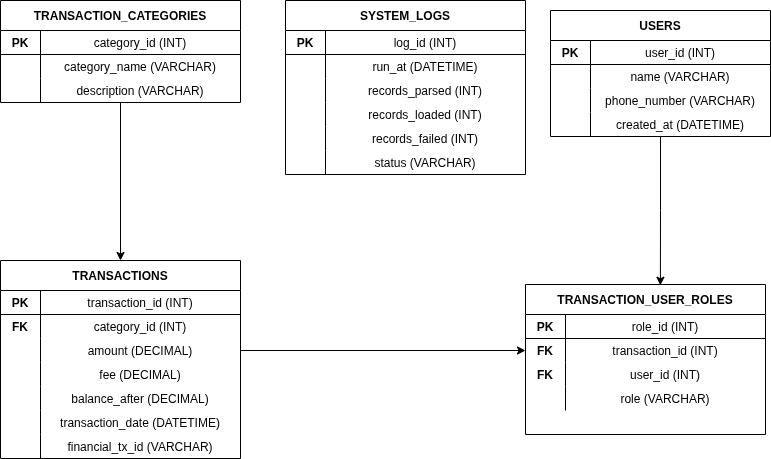
LorrisHIRA/momo-data-pipeline keeps this draw.io diagram as docs/erd_diagram.drawio.png. Above is the earlier version. Source tidied: cells renumbered, new cells last; positions are measured from the earlier drawing's top-left corner, leaving out a move shared by most shapes.
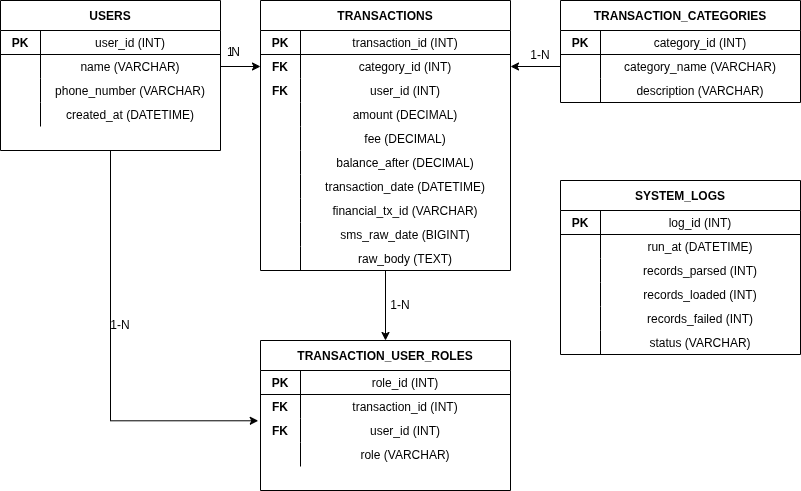
The same file after the commit.

Commit message:
ERD diagram corrected

The edit, as a diff of the source:
```diff
@@ -3,7 +3,7 @@
     <mxCell id="0" />
     <mxCell id="1" parent="0" />
     <mxCell id="2" value="USERS" style="shape=table;startSize=30;rowLines=0;fontStyle=1;align=center;" parent="1" vertex="1">
-      <mxGeometry x="550" y="10" width="220" height="126" as="geometry" />
+      <mxGeometry width="220" height="150" as="geometry" />
     </mxCell>
     <mxCell id="3" style="shape=tableRow;horizontal=0;startSize=0;swimlaneHead=0;swimlaneBody=0;fillColor=none;fontSize=12;top=0;left=0;right=0;bottom=1;" parent="2" vertex="1">
       <mxGeometry y="30" width="220" height="24" as="geometry" />
@@ -41,11 +41,8 @@
     <mxCell id="14" value="created_at (DATETIME)" style="shape=partialRectangle;fillColor=none;top=0;left=0;bottom=0;right=0;" parent="12" vertex="1">
       <mxGeometry x="40" width="180" height="24" as="geometry" />
     </mxCell>
-    <mxCell id="15" style="edgeStyle=orthogonalEdgeStyle;rounded=0;jettySize=auto;html=1;entryX=0.5;entryY=0;entryDx=0;entryDy=0;" parent="1" edge="1" source="16" target="26">
-      <mxGeometry relative="1" as="geometry" />
-    </mxCell>
     <mxCell id="16" value="TRANSACTION_CATEGORIES" style="shape=table;startSize=30;rowLines=0;fontStyle=1;align=center;" parent="1" vertex="1">
-      <mxGeometry width="240" height="102" as="geometry" />
+      <mxGeometry x="560" width="240" height="102" as="geometry" />
     </mxCell>
     <mxCell id="17" style="shape=tableRow;horizontal=0;startSize=0;swimlaneHead=0;swimlaneBody=0;fillColor=none;fontSize=12;top=0;left=0;right=0;bottom=1;" parent="16" vertex="1">
       <mxGeometry y="30" width="240" height="24" as="geometry" />
@@ -74,113 +71,143 @@
     <mxCell id="25" value="description (VARCHAR)" style="shape=partialRectangle;fillColor=none;top=0;left=0;bottom=0;right=0;" parent="23" vertex="1">
       <mxGeometry x="40" width="200" height="24" as="geometry" />
     </mxCell>
+    <mxCell id="82" style="edgeStyle=orthogonalEdgeStyle;rounded=0;jettySize=auto;html=1;entryX=0.5;entryY=0;entryDx=0;entryDy=0;" parent="1" edge="1" source="26" target="48">
+      <mxGeometry relative="1" as="geometry" />
+    </mxCell>
     <mxCell id="26" value="TRANSACTIONS" style="shape=table;startSize=30;rowLines=0;fontStyle=1;align=center;" parent="1" vertex="1">
-      <mxGeometry y="260" width="240" height="198" as="geometry" />
+      <mxGeometry x="260" width="250" height="270" as="geometry" />
     </mxCell>
     <mxCell id="27" style="shape=tableRow;horizontal=0;startSize=0;swimlaneHead=0;swimlaneBody=0;fillColor=none;fontSize=12;top=0;left=0;right=0;bottom=1;" parent="26" vertex="1">
-      <mxGeometry y="30" width="240" height="24" as="geometry" />
+      <mxGeometry y="30" width="250" height="24" as="geometry" />
     </mxCell>
     <mxCell id="28" value="PK" style="shape=partialRectangle;fillColor=none;top=0;left=0;bottom=0;right=0;fontStyle=1;" parent="27" vertex="1">
       <mxGeometry width="40" height="24" as="geometry" />
     </mxCell>
     <mxCell id="29" value="transaction_id (INT)" style="shape=partialRectangle;fillColor=none;top=0;left=0;bottom=0;right=0;" parent="27" vertex="1">
-      <mxGeometry x="40" width="200" height="24" as="geometry" />
+      <mxGeometry x="40" width="210" height="24" as="geometry" />
     </mxCell>
     <mxCell id="30" style="shape=tableRow;horizontal=0;startSize=0;swimlaneHead=0;swimlaneBody=0;fillColor=none;points=[[0,0.5],[1,0.5]];portConstraint=eastwest;fontSize=12;top=0;left=0;right=0;bottom=0;" parent="26" vertex="1">
-      <mxGeometry y="54" width="240" height="24" as="geometry" />
+      <mxGeometry y="54" width="250" height="24" as="geometry" />
     </mxCell>
     <mxCell id="31" value="FK" style="shape=partialRectangle;fillColor=none;top=0;left=0;bottom=0;right=0;fontStyle=1;" parent="30" vertex="1">
       <mxGeometry width="40" height="24" as="geometry" />
     </mxCell>
     <mxCell id="32" value="category_id (INT)" style="shape=partialRectangle;fillColor=none;top=0;left=0;bottom=0;right=0;" parent="30" vertex="1">
-      <mxGeometry x="40" width="200" height="24" as="geometry" />
+      <mxGeometry x="40" width="210" height="24" as="geometry" />
     </mxCell>
+    <mxCell id="83" style="shape=tableRow;horizontal=0;startSize=0;swimlaneHead=0;swimlaneBody=0;fillColor=none;fontSize=12;top=0;left=0;right=0;bottom=0;" parent="26" vertex="1">
+      <mxGeometry y="78" width="250" height="24" as="geometry" />
+    </mxCell>
+    <mxCell id="84" value="FK" style="shape=partialRectangle;fillColor=none;top=0;left=0;bottom=0;right=0;fontStyle=1;" parent="83" vertex="1">
+      <mxGeometry width="40" height="24" as="geometry" />
+    </mxCell>
+    <mxCell id="85" value="user_id (INT)" style="shape=partialRectangle;fillColor=none;top=0;left=0;bottom=0;right=0;" parent="83" vertex="1">
+      <mxGeometry x="40" width="210" height="24" as="geometry" />
+    </mxCell>
     <mxCell id="33" style="shape=tableRow;horizontal=0;startSize=0;swimlaneHead=0;swimlaneBody=0;fillColor=none;points=[[0,0.5],[1,0.5]];portConstraint=eastwest;fontSize=12;top=0;left=0;right=0;bottom=0;" parent="26" vertex="1">
-      <mxGeometry y="78" width="240" height="24" as="geometry" />
+      <mxGeometry y="102" width="250" height="24" as="geometry" />
     </mxCell>
     <mxCell id="34" style="shape=partialRectangle;fillColor=none;top=0;left=0;bottom=0;right=0;" parent="33" vertex="1">
       <mxGeometry width="40" height="24" as="geometry" />
     </mxCell>
     <mxCell id="35" value="amount (DECIMAL)" style="shape=partialRectangle;fillColor=none;top=0;left=0;bottom=0;right=0;" parent="33" vertex="1">
-      <mxGeometry x="40" width="200" height="24" as="geometry" />
+      <mxGeometry x="40" width="210" height="24" as="geometry" />
     </mxCell>
     <mxCell id="36" style="shape=tableRow;horizontal=0;startSize=0;swimlaneHead=0;swimlaneBody=0;fillColor=none;fontSize=12;top=0;left=0;right=0;bottom=0;" parent="26" vertex="1">
-      <mxGeometry y="102" width="240" height="24" as="geometry" />
+      <mxGeometry y="126" width="250" height="24" as="geometry" />
     </mxCell>
     <mxCell id="37" style="shape=partialRectangle;fillColor=none;top=0;left=0;bottom=0;right=0;" parent="36" vertex="1">
       <mxGeometry width="40" height="24" as="geometry" />
     </mxCell>
     <mxCell id="38" value="fee (DECIMAL)" style="shape=partialRectangle;fillColor=none;top=0;left=0;bottom=0;right=0;" parent="36" vertex="1">
-      <mxGeometry x="40" width="200" height="24" as="geometry" />
+      <mxGeometry x="40" width="210" height="24" as="geometry" />
     </mxCell>
     <mxCell id="39" style="shape=tableRow;horizontal=0;startSize=0;swimlaneHead=0;swimlaneBody=0;fillColor=none;fontSize=12;top=0;left=0;right=0;bottom=0;" parent="26" vertex="1">
-      <mxGeometry y="126" width="240" height="24" as="geometry" />
+      <mxGeometry y="150" width="250" height="24" as="geometry" />
     </mxCell>
     <mxCell id="40" style="shape=partialRectangle;fillColor=none;top=0;left=0;bottom=0;right=0;" parent="39" vertex="1">
       <mxGeometry width="40" height="24" as="geometry" />
     </mxCell>
     <mxCell id="41" value="balance_after (DECIMAL)" style="shape=partialRectangle;fillColor=none;top=0;left=0;bottom=0;right=0;" parent="39" vertex="1">
-      <mxGeometry x="40" width="200" height="24" as="geometry" />
+      <mxGeometry x="40" width="210" height="24" as="geometry" />
     </mxCell>
     <mxCell id="42" style="shape=tableRow;horizontal=0;startSize=0;swimlaneHead=0;swimlaneBody=0;fillColor=none;fontSize=12;top=0;left=0;right=0;bottom=0;" parent="26" vertex="1">
-      <mxGeometry y="150" width="240" height="24" as="geometry" />
+      <mxGeometry y="174" width="250" height="24" as="geometry" />
     </mxCell>
     <mxCell id="43" style="shape=partialRectangle;fillColor=none;top=0;left=0;bottom=0;right=0;" parent="42" vertex="1">
       <mxGeometry width="40" height="24" as="geometry" />
     </mxCell>
     <mxCell id="44" value="transaction_date (DATETIME)" style="shape=partialRectangle;fillColor=none;top=0;left=0;bottom=0;right=0;" parent="42" vertex="1">
-      <mxGeometry x="40" width="200" height="24" as="geometry" />
+      <mxGeometry x="40" width="210" height="24" as="geometry" />
     </mxCell>
     <mxCell id="45" style="shape=tableRow;horizontal=0;startSize=0;swimlaneHead=0;swimlaneBody=0;fillColor=none;fontSize=12;top=0;left=0;right=0;bottom=0;" parent="26" vertex="1">
-      <mxGeometry y="174" width="240" height="24" as="geometry" />
+      <mxGeometry y="198" width="250" height="24" as="geometry" />
     </mxCell>
     <mxCell id="46" style="shape=partialRectangle;fillColor=none;top=0;left=0;bottom=0;right=0;" parent="45" vertex="1">
       <mxGeometry width="40" height="24" as="geometry" />
     </mxCell>
     <mxCell id="47" value="financial_tx_id (VARCHAR)" style="shape=partialRectangle;fillColor=none;top=0;left=0;bottom=0;right=0;" parent="45" vertex="1">
-      <mxGeometry x="40" width="200" height="24" as="geometry" />
+      <mxGeometry x="40" width="210" height="24" as="geometry" />
     </mxCell>
+    <mxCell id="86" style="shape=tableRow;horizontal=0;startSize=0;swimlaneHead=0;swimlaneBody=0;fillColor=none;fontSize=12;top=0;left=0;right=0;bottom=0;" parent="26" vertex="1">
+      <mxGeometry y="222" width="250" height="24" as="geometry" />
+    </mxCell>
+    <mxCell id="87" style="shape=partialRectangle;fillColor=none;top=0;left=0;bottom=0;right=0;" parent="86" vertex="1">
+      <mxGeometry width="40" height="24" as="geometry" />
+    </mxCell>
+    <mxCell id="88" value="sms_raw_date (BIGINT)" style="shape=partialRectangle;fillColor=none;top=0;left=0;bottom=0;right=0;" parent="86" vertex="1">
+      <mxGeometry x="40" width="210" height="24" as="geometry" />
+    </mxCell>
+    <mxCell id="89" style="shape=tableRow;horizontal=0;startSize=0;swimlaneHead=0;swimlaneBody=0;fillColor=none;fontSize=12;top=0;left=0;right=0;bottom=0;" parent="26" vertex="1">
+      <mxGeometry y="246" width="250" height="24" as="geometry" />
+    </mxCell>
+    <mxCell id="90" style="shape=partialRectangle;fillColor=none;top=0;left=0;bottom=0;right=0;" parent="89" vertex="1">
+      <mxGeometry width="40" height="24" as="geometry" />
+    </mxCell>
+    <mxCell id="91" value="raw_body (TEXT)" style="shape=partialRectangle;fillColor=none;top=0;left=0;bottom=0;right=0;" parent="89" vertex="1">
+      <mxGeometry x="40" width="210" height="24" as="geometry" />
+    </mxCell>
     <mxCell id="48" value="TRANSACTION_USER_ROLES" style="shape=table;startSize=30;rowLines=0;fontStyle=1;align=center;" parent="1" vertex="1">
-      <mxGeometry x="525" y="284" width="240" height="150" as="geometry" />
+      <mxGeometry x="260" y="340" width="250" height="150" as="geometry" />
     </mxCell>
     <mxCell id="49" style="shape=tableRow;horizontal=0;startSize=0;swimlaneHead=0;swimlaneBody=0;fillColor=none;fontSize=12;top=0;left=0;right=0;bottom=1;" parent="48" vertex="1">
-      <mxGeometry y="30" width="240" height="24" as="geometry" />
+      <mxGeometry y="30" width="250" height="24" as="geometry" />
     </mxCell>
     <mxCell id="50" value="PK" style="shape=partialRectangle;fillColor=none;top=0;left=0;bottom=0;right=0;fontStyle=1;" parent="49" vertex="1">
       <mxGeometry width="40" height="24" as="geometry" />
     </mxCell>
     <mxCell id="51" value="role_id (INT)" style="shape=partialRectangle;fillColor=none;top=0;left=0;bottom=0;right=0;" parent="49" vertex="1">
-      <mxGeometry x="40" width="200" height="24" as="geometry" />
+      <mxGeometry x="40" width="210" height="24" as="geometry" />
     </mxCell>
     <mxCell id="52" style="shape=tableRow;horizontal=0;startSize=0;swimlaneHead=0;swimlaneBody=0;fillColor=none;points=[[0,0.5],[1,0.5]];portConstraint=eastwest;fontSize=12;top=0;left=0;right=0;bottom=0;" parent="48" vertex="1">
-      <mxGeometry y="54" width="240" height="24" as="geometry" />
+      <mxGeometry y="54" width="250" height="24" as="geometry" />
     </mxCell>
     <mxCell id="53" value="FK" style="shape=partialRectangle;fillColor=none;top=0;left=0;bottom=0;right=0;fontStyle=1;" parent="52" vertex="1">
       <mxGeometry width="40" height="24" as="geometry" />
     </mxCell>
     <mxCell id="54" value="transaction_id (INT)" style="shape=partialRectangle;fillColor=none;top=0;left=0;bottom=0;right=0;" parent="52" vertex="1">
-      <mxGeometry x="40" width="200" height="24" as="geometry" />
+      <mxGeometry x="40" width="210" height="24" as="geometry" />
     </mxCell>
     <mxCell id="55" style="shape=tableRow;horizontal=0;startSize=0;swimlaneHead=0;swimlaneBody=0;fillColor=none;points=[[0,0.5],[1,0.5]];portConstraint=eastwest;fontSize=12;top=0;left=0;right=0;bottom=0;" parent="48" vertex="1">
-      <mxGeometry y="78" width="240" height="24" as="geometry" />
+      <mxGeometry y="78" width="250" height="24" as="geometry" />
     </mxCell>
     <mxCell id="56" value="FK" style="shape=partialRectangle;fillColor=none;top=0;left=0;bottom=0;right=0;fontStyle=1;" parent="55" vertex="1">
       <mxGeometry width="40" height="24" as="geometry" />
     </mxCell>
     <mxCell id="57" value="user_id (INT)" style="shape=partialRectangle;fillColor=none;top=0;left=0;bottom=0;right=0;" parent="55" vertex="1">
-      <mxGeometry x="40" width="200" height="24" as="geometry" />
+      <mxGeometry x="40" width="210" height="24" as="geometry" />
     </mxCell>
     <mxCell id="58" style="shape=tableRow;horizontal=0;startSize=0;swimlaneHead=0;swimlaneBody=0;fillColor=none;fontSize=12;top=0;left=0;right=0;bottom=0;" parent="48" vertex="1">
-      <mxGeometry y="102" width="240" height="24" as="geometry" />
+      <mxGeometry y="102" width="250" height="24" as="geometry" />
     </mxCell>
     <mxCell id="59" style="shape=partialRectangle;fillColor=none;top=0;left=0;bottom=0;right=0;" parent="58" vertex="1">
       <mxGeometry width="40" height="24" as="geometry" />
     </mxCell>
     <mxCell id="60" value="role (VARCHAR)" style="shape=partialRectangle;fillColor=none;top=0;left=0;bottom=0;right=0;" parent="58" vertex="1">
-      <mxGeometry x="40" width="200" height="24" as="geometry" />
+      <mxGeometry x="40" width="210" height="24" as="geometry" />
     </mxCell>
     <mxCell id="61" value="SYSTEM_LOGS" style="shape=table;startSize=30;rowLines=0;fontStyle=1;align=center;" parent="1" vertex="1">
-      <mxGeometry x="285" width="240" height="174" as="geometry" />
+      <mxGeometry x="560" y="180" width="240" height="174" as="geometry" />
     </mxCell>
     <mxCell id="62" style="shape=tableRow;horizontal=0;startSize=0;swimlaneHead=0;swimlaneBody=0;fillColor=none;fontSize=12;top=0;left=0;right=0;bottom=1;" parent="61" vertex="1">
       <mxGeometry y="30" width="240" height="24" as="geometry" />
@@ -236,11 +263,29 @@
     <mxCell id="79" value="status (VARCHAR)" style="shape=partialRectangle;fillColor=none;top=0;left=0;bottom=0;right=0;" parent="77" vertex="1">
       <mxGeometry x="40" width="200" height="24" as="geometry" />
     </mxCell>
-    <mxCell id="80" style="edgeStyle=orthogonalEdgeStyle;rounded=0;jettySize=auto;html=1;entryX=0;entryY=0.5;entryDx=0;entryDy=0;" parent="1" edge="1" source="33" target="52">
-      <mxGeometry relative="1" as="geometry" />
-    </mxCell>
-    <mxCell id="81" style="edgeStyle=orthogonalEdgeStyle;rounded=0;jettySize=auto;html=1;entryX=0.562;entryY=0.005;entryDx=0;entryDy=0;entryPerimeter=0;" parent="1" edge="1" source="2" target="48">
-      <mxGeometry relative="1" as="geometry" />
-    </mxCell>
+    <mxCell id="92" value="1" style="html=1;align=left;verticalAlign=bottom;labelBackgroundColor=none;fontSize=12;" parent="1" vertex="1">
+      <mxGeometry x="225" y="60" as="geometry" />
+    </mxCell>
+    <mxCell id="93" value="N" style="html=1;align=right;verticalAlign=bottom;labelBackgroundColor=none;fontSize=12;" parent="1" vertex="1">
+      <mxGeometry x="240" y="60" as="geometry" />
+    </mxCell>
+    <mxCell id="94" style="edgeStyle=orthogonalEdgeStyle;rounded=0;jettySize=auto;html=1;exitX=1;exitY=0.5;exitDx=0;exitDy=0;entryX=0;entryY=0.5;entryDx=0;entryDy=0;" parent="1" edge="1" source="6" target="30">
+      <mxGeometry relative="1" as="geometry" />
+    </mxCell>
+    <mxCell id="95" style="edgeStyle=orthogonalEdgeStyle;rounded=0;jettySize=auto;html=1;entryX=1;entryY=0.5;entryDx=0;entryDy=0;" parent="1" edge="1" source="20" target="30">
+      <mxGeometry relative="1" as="geometry" />
+    </mxCell>
+    <mxCell id="96" style="edgeStyle=orthogonalEdgeStyle;rounded=0;jettySize=auto;html=1;entryX=-0.009;entryY=0.095;entryDx=0;entryDy=0;entryPerimeter=0;" parent="1" edge="1" source="2" target="55">
+      <mxGeometry relative="1" as="geometry" />
+    </mxCell>
+    <mxCell id="97" value="1-N" style="text;html=1;whiteSpace=wrap;strokeColor=none;fillColor=none;align=center;verticalAlign=middle;rounded=0;" parent="1" vertex="1">
+      <mxGeometry x="510" y="40" width="60" height="30" as="geometry" />
+    </mxCell>
+    <mxCell id="98" value="1-N" style="text;html=1;whiteSpace=wrap;strokeColor=none;fillColor=none;align=center;verticalAlign=middle;rounded=0;" parent="1" vertex="1">
+      <mxGeometry x="370" y="290" width="60" height="30" as="geometry" />
+    </mxCell>
+    <mxCell id="99" value="1-N" style="text;html=1;whiteSpace=wrap;strokeColor=none;fillColor=none;align=center;verticalAlign=middle;rounded=0;" parent="1" vertex="1">
+      <mxGeometry x="90" y="310" width="60" height="30" as="geometry" />
+    </mxCell>
   </root>
 </mxGraphModel>
```
